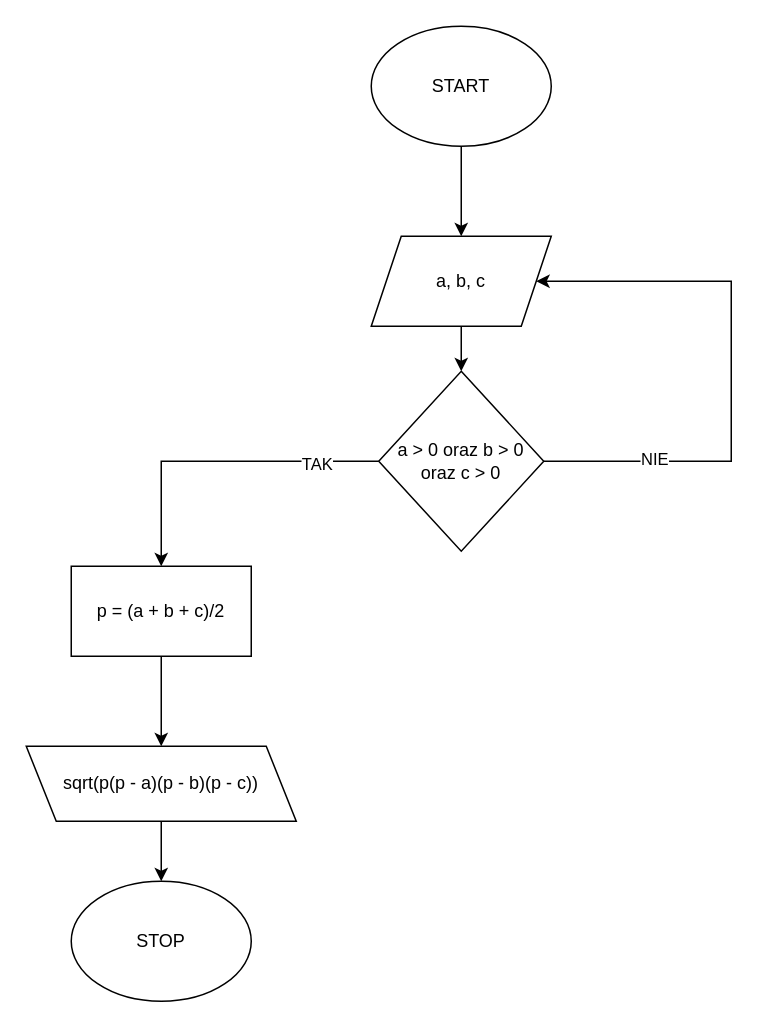
Earlier version of the draw.io diagram heron.drawio (mmarusiak/diagrams). Source tidied: cells renumbered, new cells numbered last; positions are measured from the earlier drawing's top-left corner, leaving out a move shared by most shapes. Both pictures are drawn from the tidied source at 150%, with x=0, y=0 at pixel (26, 26).
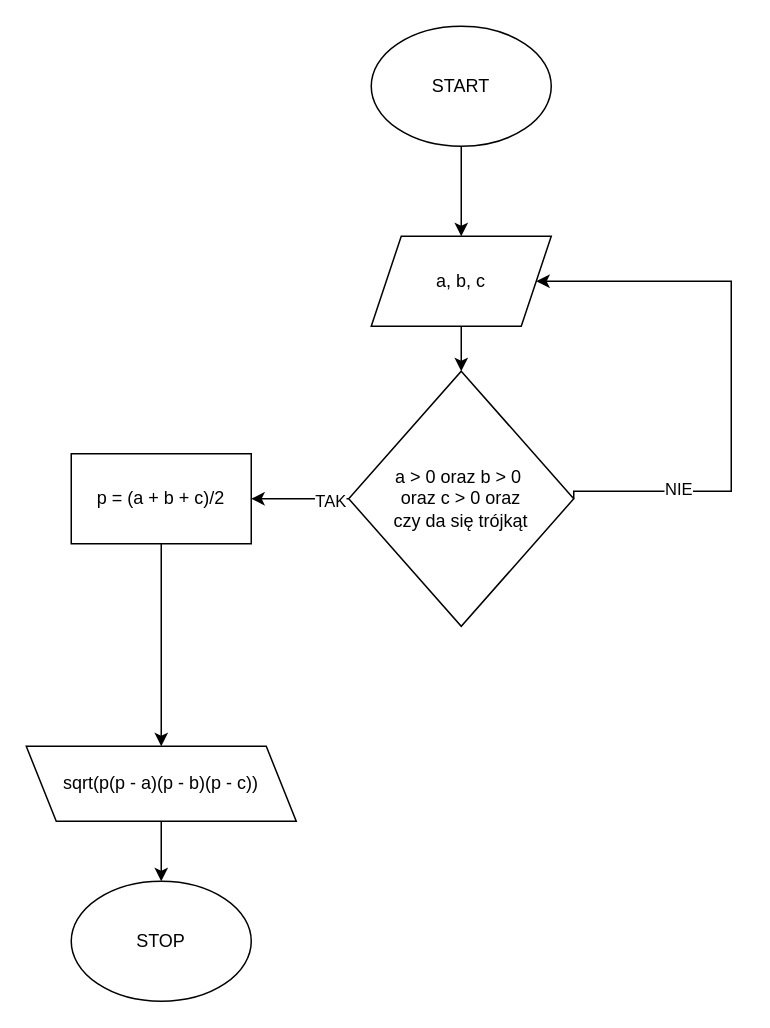
Above is the later version.

The edit, as a diff of the source:
```diff
@@
 <mxGraphModel>
   <root>
     <mxCell id="0" />
     <mxCell id="1" parent="0" />
     <mxCell id="2" style="edgeStyle=orthogonalEdgeStyle;rounded=0;jettySize=auto;html=1;entryX=0.5;entryY=0;entryDx=0;entryDy=0;" parent="1" edge="1" source="3" target="5">
       <mxGeometry relative="1" as="geometry" />
     </mxCell>
     <mxCell id="3" value="START" style="ellipse;whiteSpace=wrap;html=1;" parent="1" vertex="1">
       <mxGeometry x="230" width="120" height="80" as="geometry" />
     </mxCell>
     <mxCell id="4" style="edgeStyle=orthogonalEdgeStyle;rounded=0;jettySize=auto;html=1;entryX=0.5;entryY=0;entryDx=0;entryDy=0;" parent="1" edge="1" source="5" target="14">
       <mxGeometry relative="1" as="geometry" />
     </mxCell>
     <mxCell id="5" value="a, b, c" style="shape=parallelogram;perimeter=parallelogramPerimeter;whiteSpace=wrap;html=1;fixedSize=1;" parent="1" vertex="1">
       <mxGeometry x="230" y="140" width="120" height="60" as="geometry" />
     </mxCell>
     <mxCell id="6" style="edgeStyle=orthogonalEdgeStyle;rounded=0;jettySize=auto;html=1;" parent="1" edge="1" source="7" target="9">
       <mxGeometry relative="1" as="geometry" />
     </mxCell>
     <mxCell id="7" value="p = (a + b + c)/2" style="rounded=0;whiteSpace=wrap;html=1;" parent="1" vertex="1">
-      <mxGeometry x="30" y="360" width="120" height="60" as="geometry" />
+      <mxGeometry x="30" y="285" width="120" height="60" as="geometry" />
     </mxCell>
     <mxCell id="8" style="edgeStyle=orthogonalEdgeStyle;rounded=0;jettySize=auto;html=1;" parent="1" edge="1" source="9" target="15">
       <mxGeometry relative="1" as="geometry" />
     </mxCell>
     <mxCell id="9" value="sqrt(p(p - a)(p - b)(p - c))" style="shape=parallelogram;perimeter=parallelogramPerimeter;whiteSpace=wrap;html=1;fixedSize=1;flipV=1;" parent="1" vertex="1">
       <mxGeometry y="480" width="180" height="50" as="geometry" />
     </mxCell>
     <mxCell id="10" style="edgeStyle=orthogonalEdgeStyle;rounded=0;jettySize=auto;html=1;" parent="1" edge="1" source="14" target="7">
       <mxGeometry relative="1" as="geometry" />
     </mxCell>
     <mxCell id="11" value="TAK" style="edgeLabel;html=1;align=center;verticalAlign=middle;" parent="10" vertex="1">
       <mxGeometry x="-0.61" y="1" relative="1" as="geometry" />
     </mxCell>
     <mxCell id="12" style="edgeStyle=orthogonalEdgeStyle;rounded=0;jettySize=auto;html=1;entryX=1;entryY=0.5;entryDx=0;entryDy=0;exitX=1;exitY=0.5;exitDx=0;exitDy=0;" parent="1" edge="1" source="14" target="5">
       <mxGeometry relative="1" as="geometry">
         <Array as="points">
-          <mxPoint x="470" y="290" />
+          <mxPoint x="365" y="310" />
+          <mxPoint x="470" y="310" />
           <mxPoint x="470" y="170" />
         </Array>
       </mxGeometry>
     </mxCell>
     <mxCell id="13" value="NIE" style="edgeLabel;html=1;align=center;verticalAlign=middle;" parent="12" vertex="1">
       <mxGeometry x="-0.61" y="2" relative="1" as="geometry" />
     </mxCell>
-    <mxCell id="14" value="a &amp;gt; 0 oraz b &amp;gt; 0 oraz c &amp;gt; 0" style="rhombus;whiteSpace=wrap;html=1;" parent="1" vertex="1">
-      <mxGeometry x="235" y="230" width="110" height="120" as="geometry" />
+    <mxCell id="14" value="a &amp;gt; 0 oraz b &amp;gt; 0&amp;nbsp;&lt;div&gt;oraz c &amp;gt; 0 oraz&lt;div&gt;czy da się trójkąt&lt;/div&gt;&lt;/div&gt;" style="rhombus;whiteSpace=wrap;html=1;" parent="1" vertex="1">
+      <mxGeometry x="215" y="230" width="150" height="170" as="geometry" />
     </mxCell>
     <mxCell id="15" value="STOP" style="ellipse;whiteSpace=wrap;html=1;" parent="1" vertex="1">
       <mxGeometry x="30" y="570" width="120" height="80" as="geometry" />
     </mxCell>
   </root>
 </mxGraphModel>
```
